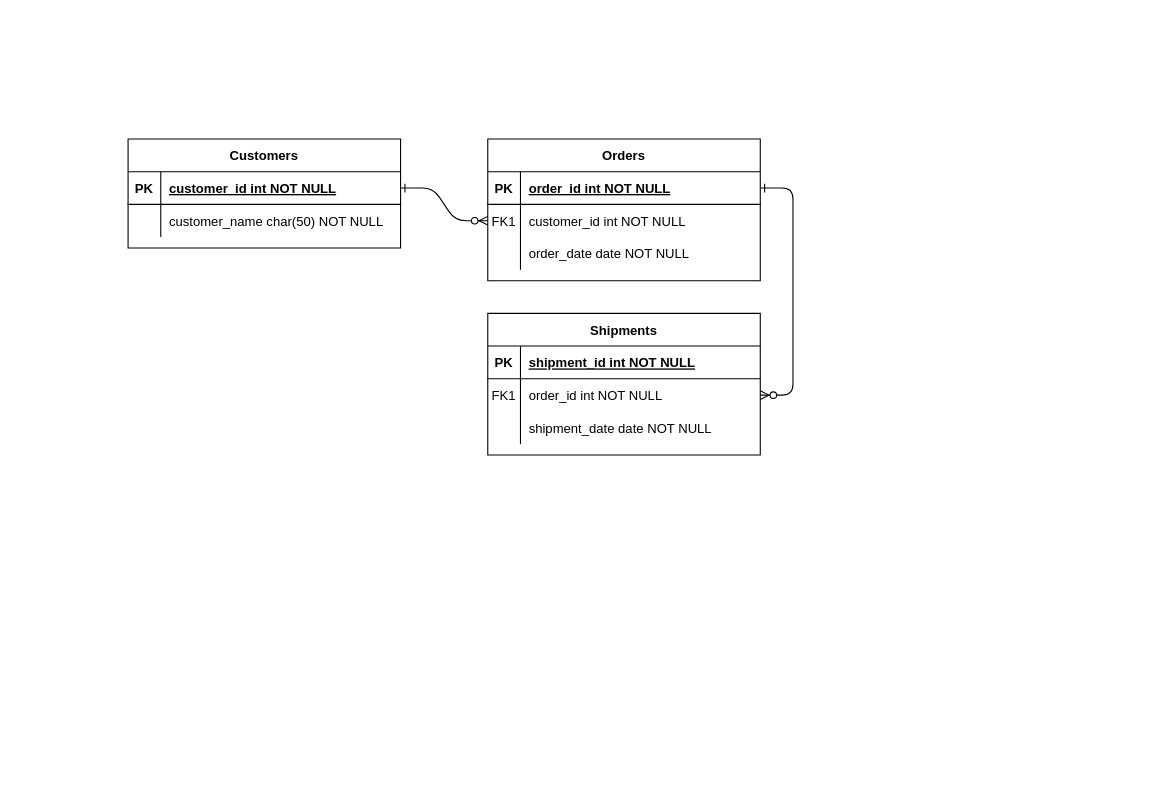
Before: SpringBootFinal.drawio in EcSamuel/Spring-Boot-Final, a draw.io diagram. Source tidied: cells renumbered, new cells numbered last; positions are measured from the earlier drawing's top-left corner, leaving out a move shared by most shapes. Both pictures are drawn from the tidied source at 109%, with x=0, y=0 at pixel (128, 138).
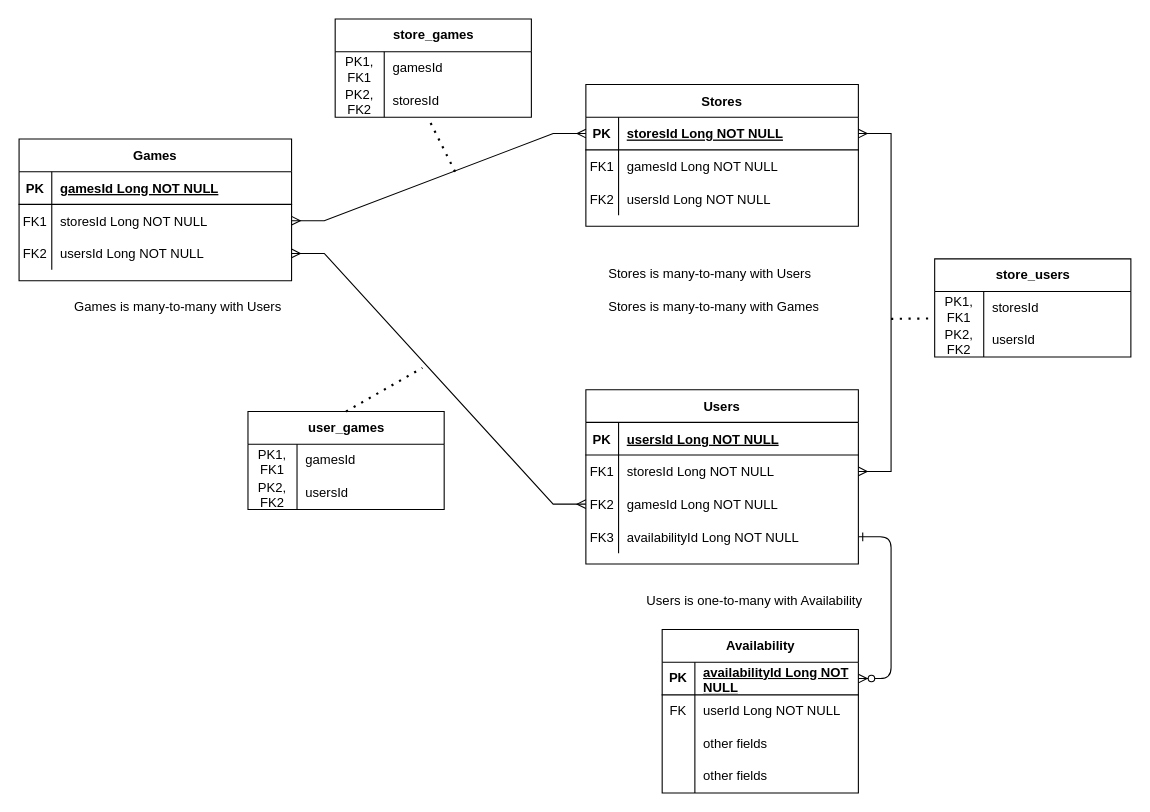
The same diagram, later.

The change refers to these unchanged cells:
```xml
<mxCell id="5" style="shape=partialRectangle;fillColor=none;points=[[0,0.5],[1,0.5]];portConstraint=eastwest;top=0;left=0;right=0;bottom=1;" parent="4" vertex="1">
  <mxGeometry y="30" width="250" height="30" as="geometry" />
</mxCell>
<mxCell id="8" style="shape=partialRectangle;fillColor=none;points=[[0,0.5],[1,0.5]];portConstraint=eastwest;top=0;left=0;right=0;bottom=0;" parent="4" vertex="1">
  <mxGeometry y="60" width="250" height="30" as="geometry" />
</mxCell>
<mxCell id="11" style="shape=partialRectangle;fillColor=none;top=0;left=0;right=0;bottom=0;" parent="4" vertex="1">
  <mxGeometry y="90" width="250" height="30" as="geometry" />
</mxCell>
<mxCell id="15" style="shape=partialRectangle;fillColor=none;top=0;left=0;right=0;bottom=1;" parent="14" vertex="1">
  <mxGeometry y="30" width="250" height="30" as="geometry" />
</mxCell>
<mxCell id="18" style="shape=partialRectangle;fillColor=none;points=[[0,0.5],[1,0.5]];portConstraint=eastwest;top=0;left=0;right=0;bottom=0;" parent="14" vertex="1">
  <mxGeometry y="60" width="250" height="30" as="geometry" />
</mxCell>
<mxCell id="21" style="shape=partialRectangle;fillColor=none;points=[[0,0.5],[1,0.5]];portConstraint=eastwest;top=0;left=0;right=0;bottom=0;" parent="14" vertex="1">
  <mxGeometry y="90" width="250" height="30" as="geometry" />
</mxCell>
<mxCell id="25" style="shape=partialRectangle;fillColor=none;points=[[0,0.5],[1,0.5]];portConstraint=eastwest;top=0;left=0;right=0;bottom=1;" parent="24" vertex="1">
  <mxGeometry y="30" width="250" height="30" as="geometry" />
</mxCell>
<mxCell id="28" style="shape=partialRectangle;fillColor=none;points=[[0,0.5],[1,0.5]];portConstraint=eastwest;top=0;left=0;right=0;bottom=0;" parent="24" vertex="1">
  <mxGeometry y="60" width="250" height="30" as="geometry" />
</mxCell>
```

The edit, as a diff of the source:
```diff
@@
-    <mxCell id="2" style="edgeStyle=entityRelationEdgeStyle;endArrow=ERzeroToMany;startArrow=ERone;endFill=1;startFill=0;" parent="1" edge="1" source="25" target="8">
+    <mxCell id="2" style="edgeStyle=entityRelationEdgeStyle;endArrow=ERzeroToMany;startArrow=ERone;endFill=1;startFill=0;exitX=1;exitY=0.5;exitDx=0;exitDy=0;entryX=1;entryY=0.5;entryDx=0;entryDy=0;" parent="1" edge="1" source="31" target="38">
       <mxGeometry relative="1" as="geometry" />
     </mxCell>
-    <mxCell id="3" style="edgeStyle=entityRelationEdgeStyle;endArrow=ERzeroToMany;startArrow=ERone;endFill=1;startFill=0;" parent="1" edge="1" source="5" target="18">
-      <mxGeometry relative="1" as="geometry" />
-    </mxCell>
-    <mxCell id="4" value="Orders" style="shape=table;startSize=30;childLayout=tableLayout;rowLines=0;fontStyle=1;align=center;" parent="1" vertex="1">
-      <mxGeometry x="330" width="250" height="130" as="geometry" />
+    <mxCell id="4" value="Stores" style="shape=table;startSize=30;childLayout=tableLayout;rowLines=0;fontStyle=1;align=center;" parent="1" vertex="1">
+      <mxGeometry x="420" y="-50" width="250" height="130" as="geometry" />
     </mxCell>
@@
-    <mxCell id="7" value="order_id int NOT NULL " style="shape=partialRectangle;overflow=hidden;fillColor=none;top=0;left=0;bottom=0;right=0;align=left;spacingLeft=6;fontStyle=5;" parent="5" vertex="1">
+    <mxCell id="7" value="storesId Long NOT NULL" style="shape=partialRectangle;overflow=hidden;fillColor=none;top=0;left=0;bottom=0;right=0;align=left;spacingLeft=6;fontStyle=5;" parent="5" vertex="1">
       <mxGeometry x="30" width="220" height="30" as="geometry" />
     </mxCell>
@@
-    <mxCell id="10" value="customer_id int NOT NULL" style="shape=partialRectangle;overflow=hidden;fillColor=none;top=0;left=0;bottom=0;right=0;align=left;spacingLeft=6;" parent="8" vertex="1">
+    <mxCell id="10" value="gamesId Long NOT NULL" style="shape=partialRectangle;overflow=hidden;fillColor=none;top=0;left=0;bottom=0;right=0;align=left;spacingLeft=6;" parent="8" vertex="1">
       <mxGeometry x="30" width="220" height="30" as="geometry" />
     </mxCell>
@@
-    <mxCell id="12" style="shape=partialRectangle;overflow=hidden;fillColor=none;top=0;left=0;bottom=0;right=0;" parent="11" vertex="1">
+    <mxCell id="12" value="FK2" style="shape=partialRectangle;overflow=hidden;fillColor=none;top=0;left=0;bottom=0;right=0;" parent="11" vertex="1">
       <mxGeometry width="30" height="30" as="geometry" />
     </mxCell>
-    <mxCell id="13" value="order_date date NOT NULL" style="shape=partialRectangle;overflow=hidden;fillColor=none;top=0;left=0;bottom=0;right=0;align=left;spacingLeft=6;" parent="11" vertex="1">
+    <mxCell id="13" value="usersId Long NOT NULL" style="shape=partialRectangle;overflow=hidden;fillColor=none;top=0;left=0;bottom=0;right=0;align=left;spacingLeft=6;" parent="11" vertex="1">
       <mxGeometry x="30" width="220" height="30" as="geometry" />
     </mxCell>
-    <mxCell id="14" value="Shipments" style="shape=table;startSize=30;childLayout=tableLayout;rowLines=0;fontStyle=1;align=center;" parent="1" vertex="1">
-      <mxGeometry x="330" y="160" width="250" height="130" as="geometry" />
+    <mxCell id="14" value="Users" style="shape=table;startSize=30;childLayout=tableLayout;rowLines=0;fontStyle=1;align=center;" parent="1" vertex="1">
+      <mxGeometry x="420" y="230" width="250" height="160" as="geometry" />
     </mxCell>
@@
-    <mxCell id="17" value="shipment_id int NOT NULL " style="shape=partialRectangle;overflow=hidden;fillColor=none;top=0;left=0;bottom=0;right=0;align=left;spacingLeft=6;fontStyle=5;" parent="15" vertex="1">
+    <mxCell id="17" value="usersId Long NOT NULL" style="shape=partialRectangle;overflow=hidden;fillColor=none;top=0;left=0;bottom=0;right=0;align=left;spacingLeft=6;fontStyle=5;" parent="15" vertex="1">
       <mxGeometry x="30" width="220" height="30" as="geometry" />
     </mxCell>
@@
-    <mxCell id="20" value="order_id int NOT NULL" style="shape=partialRectangle;overflow=hidden;fillColor=none;top=0;left=0;bottom=0;right=0;align=left;spacingLeft=6;" parent="18" vertex="1">
+    <mxCell id="20" value="storesId Long NOT NULL" style="shape=partialRectangle;overflow=hidden;fillColor=none;top=0;left=0;bottom=0;right=0;align=left;spacingLeft=6;" parent="18" vertex="1">
       <mxGeometry x="30" width="220" height="30" as="geometry" />
     </mxCell>
@@
-    <mxCell id="22" style="shape=partialRectangle;overflow=hidden;fillColor=none;top=0;left=0;bottom=0;right=0;" parent="21" vertex="1">
+    <mxCell id="22" value="FK2" style="shape=partialRectangle;overflow=hidden;fillColor=none;top=0;left=0;bottom=0;right=0;" parent="21" vertex="1">
       <mxGeometry width="30" height="30" as="geometry" />
     </mxCell>
-    <mxCell id="23" value="shipment_date date NOT NULL" style="shape=partialRectangle;overflow=hidden;fillColor=none;top=0;left=0;bottom=0;right=0;align=left;spacingLeft=6;" parent="21" vertex="1">
+    <mxCell id="23" value="gamesId Long NOT NULL" style="shape=partialRectangle;overflow=hidden;fillColor=none;top=0;left=0;bottom=0;right=0;align=left;spacingLeft=6;" parent="21" vertex="1">
       <mxGeometry x="30" width="220" height="30" as="geometry" />
     </mxCell>
+    <mxCell id="31" style="shape=partialRectangle;fillColor=none;points=[[0,0.5],[1,0.5]];portConstraint=eastwest;top=0;left=0;right=0;bottom=0;" parent="14" vertex="1">
+      <mxGeometry y="120" width="250" height="30" as="geometry" />
+    </mxCell>
+    <mxCell id="32" value="FK3" style="shape=partialRectangle;overflow=hidden;fillColor=none;top=0;left=0;bottom=0;right=0;" parent="31" vertex="1">
+      <mxGeometry width="30" height="30" as="geometry" />
+    </mxCell>
+    <mxCell id="33" value="availabilityId Long NOT NULL" style="shape=partialRectangle;overflow=hidden;fillColor=none;top=0;left=0;bottom=0;right=0;align=left;spacingLeft=6;" parent="31" vertex="1">
+      <mxGeometry x="30" width="220" height="30" as="geometry" />
+    </mxCell>
-    <mxCell id="24" value="Customers" style="shape=table;startSize=30;childLayout=tableLayout;rowLines=0;fontStyle=1;align=center;" parent="1" vertex="1">
-      <mxGeometry width="250" height="100" as="geometry" />
+    <mxCell id="24" value="Games" style="shape=table;startSize=30;childLayout=tableLayout;rowLines=0;fontStyle=1;align=center;" parent="1" vertex="1">
+      <mxGeometry x="-100" width="250" height="130" as="geometry" />
     </mxCell>
@@
-    <mxCell id="27" value="customer_id int NOT NULL " style="shape=partialRectangle;overflow=hidden;fillColor=none;top=0;left=0;bottom=0;right=0;align=left;spacingLeft=6;fontStyle=5;" parent="25" vertex="1">
+    <mxCell id="27" value="gamesId Long NOT NULL" style="shape=partialRectangle;overflow=hidden;fillColor=none;top=0;left=0;bottom=0;right=0;align=left;spacingLeft=6;fontStyle=5;" parent="25" vertex="1">
       <mxGeometry x="30" width="220" height="30" as="geometry" />
     </mxCell>
@@
-    <mxCell id="29" style="shape=partialRectangle;overflow=hidden;fillColor=none;top=0;left=0;bottom=0;right=0;" parent="28" vertex="1">
+    <mxCell id="29" value="FK1" style="shape=partialRectangle;overflow=hidden;fillColor=none;top=0;left=0;bottom=0;right=0;" parent="28" vertex="1">
       <mxGeometry width="30" height="30" as="geometry" />
     </mxCell>
-    <mxCell id="30" value="customer_name char(50) NOT NULL" style="shape=partialRectangle;overflow=hidden;fillColor=none;top=0;left=0;bottom=0;right=0;align=left;spacingLeft=6;" parent="28" vertex="1">
+    <mxCell id="30" value="storesId Long NOT NULL" style="shape=partialRectangle;overflow=hidden;fillColor=none;top=0;left=0;bottom=0;right=0;align=left;spacingLeft=6;" parent="28" vertex="1">
       <mxGeometry x="30" width="220" height="30" as="geometry" />
     </mxCell>
+    <mxCell id="34" style="shape=partialRectangle;fillColor=none;points=[[0,0.5],[1,0.5]];portConstraint=eastwest;top=0;left=0;right=0;bottom=0;" parent="24" vertex="1">
+      <mxGeometry y="90" width="250" height="30" as="geometry" />
+    </mxCell>
+    <mxCell id="35" value="FK2" style="shape=partialRectangle;overflow=hidden;fillColor=none;top=0;left=0;bottom=0;right=0;" parent="34" vertex="1">
+      <mxGeometry width="30" height="30" as="geometry" />
+    </mxCell>
+    <mxCell id="36" value="usersId Long NOT NULL" style="shape=partialRectangle;overflow=hidden;fillColor=none;top=0;left=0;bottom=0;right=0;align=left;spacingLeft=6;" parent="34" vertex="1">
+      <mxGeometry x="30" width="220" height="30" as="geometry" />
+    </mxCell>
+    <mxCell id="37" value="Availability" style="shape=table;startSize=30;childLayout=tableLayout;rowLines=0;fontStyle=1;align=center;html=1;" parent="1" vertex="1">
+      <mxGeometry x="490" y="450" width="180" height="150" as="geometry" />
+    </mxCell>
+    <mxCell id="38" style="shape=tableRow;horizontal=0;startSize=0;swimlaneHead=0;swimlaneBody=0;fillColor=none;points=[[0,0.5],[1,0.5]];portConstraint=eastwest;top=0;left=0;right=0;bottom=1;" parent="37" vertex="1">
+      <mxGeometry y="30" width="180" height="30" as="geometry" />
+    </mxCell>
+    <mxCell id="39" value="PK" style="shape=partialRectangle;fillColor=none;top=0;left=0;bottom=0;right=0;fontStyle=1;overflow=hidden;whiteSpace=wrap;html=1;" parent="38" vertex="1">
+      <mxGeometry width="30" height="30" as="geometry" />
+    </mxCell>
+    <mxCell id="40" value="availabilityId Long NOT NULL" style="shape=partialRectangle;fillColor=none;top=0;left=0;bottom=0;right=0;align=left;spacingLeft=6;fontStyle=5;overflow=hidden;whiteSpace=wrap;html=1;" parent="38" vertex="1">
+      <mxGeometry x="30" width="150" height="30" as="geometry" />
+    </mxCell>
+    <mxCell id="41" style="shape=tableRow;horizontal=0;startSize=0;swimlaneHead=0;swimlaneBody=0;fillColor=none;top=0;left=0;right=0;bottom=0;" parent="37" vertex="1">
+      <mxGeometry y="60" width="180" height="30" as="geometry" />
+    </mxCell>
+    <mxCell id="42" value="FK" style="shape=partialRectangle;fillColor=none;top=0;left=0;bottom=0;right=0;overflow=hidden;whiteSpace=wrap;html=1;" parent="41" vertex="1">
+      <mxGeometry width="30" height="30" as="geometry" />
+    </mxCell>
+    <mxCell id="43" value="userId Long NOT NULL" style="shape=partialRectangle;fillColor=none;top=0;left=0;bottom=0;right=0;align=left;spacingLeft=6;overflow=hidden;whiteSpace=wrap;html=1;" parent="41" vertex="1">
+      <mxGeometry x="30" width="150" height="30" as="geometry" />
+    </mxCell>
+    <mxCell id="44" style="shape=tableRow;horizontal=0;startSize=0;swimlaneHead=0;swimlaneBody=0;fillColor=none;top=0;left=0;right=0;bottom=0;" parent="37" vertex="1">
+      <mxGeometry y="90" width="180" height="30" as="geometry" />
+    </mxCell>
+    <mxCell id="45" style="shape=partialRectangle;fillColor=none;top=0;left=0;bottom=0;right=0;overflow=hidden;whiteSpace=wrap;html=1;" parent="44" vertex="1">
+      <mxGeometry width="30" height="30" as="geometry" />
+    </mxCell>
+    <mxCell id="46" value="other fields" style="shape=partialRectangle;fillColor=none;top=0;left=0;bottom=0;right=0;align=left;spacingLeft=6;overflow=hidden;whiteSpace=wrap;html=1;" parent="44" vertex="1">
+      <mxGeometry x="30" width="150" height="30" as="geometry" />
+    </mxCell>
+    <mxCell id="47" style="shape=tableRow;horizontal=0;startSize=0;swimlaneHead=0;swimlaneBody=0;fillColor=none;top=0;left=0;right=0;bottom=0;" parent="37" vertex="1">
+      <mxGeometry y="120" width="180" height="30" as="geometry" />
+    </mxCell>
+    <mxCell id="48" style="shape=partialRectangle;fillColor=none;top=0;left=0;bottom=0;right=0;overflow=hidden;whiteSpace=wrap;html=1;" parent="47" vertex="1">
+      <mxGeometry width="30" height="30" as="geometry" />
+    </mxCell>
+    <mxCell id="49" value="other fields" style="shape=partialRectangle;fillColor=none;top=0;left=0;bottom=0;right=0;align=left;spacingLeft=6;overflow=hidden;whiteSpace=wrap;html=1;" parent="47" vertex="1">
+      <mxGeometry x="30" width="150" height="30" as="geometry" />
+    </mxCell>
+    <mxCell id="50" style="edgeStyle=entityRelationEdgeStyle;fontSize=12;html=1;endArrow=ERmany;startArrow=ERmany;rounded=0;entryX=0;entryY=0.5;entryDx=0;entryDy=0;exitX=1;exitY=0.5;exitDx=0;exitDy=0;" parent="1" edge="1" source="28" target="5">
+      <mxGeometry relative="1" as="geometry" />
+    </mxCell>
+    <mxCell id="51" style="edgeStyle=entityRelationEdgeStyle;fontSize=12;html=1;endArrow=ERmany;startArrow=ERmany;rounded=0;exitX=1;exitY=0.5;exitDx=0;exitDy=0;entryX=0;entryY=0.5;entryDx=0;entryDy=0;" parent="1" edge="1" source="34" target="21">
+      <mxGeometry relative="1" as="geometry" />
+    </mxCell>
+    <mxCell id="52" style="edgeStyle=entityRelationEdgeStyle;fontSize=12;html=1;endArrow=ERmany;startArrow=ERmany;rounded=0;entryX=1;entryY=0.5;entryDx=0;entryDy=0;exitX=1;exitY=0.5;exitDx=0;exitDy=0;" parent="1" edge="1" source="18" target="5">
+      <mxGeometry relative="1" as="geometry">
+        <Array as="points">
+          <mxPoint x="450" y="170" />
+        </Array>
+      </mxGeometry>
+    </mxCell>
+    <mxCell id="53" value="Games is many-to-many with Users" style="text;strokeColor=none;fillColor=none;spacingLeft=4;spacingRight=4;overflow=hidden;fontSize=12;whiteSpace=wrap;html=1;" parent="1" vertex="1">
+      <mxGeometry x="-55" y="140" width="220" height="30" as="geometry" />
+    </mxCell>
+    <mxCell id="54" value="Stores is many-to-many with Users" style="text;strokeColor=none;fillColor=none;spacingLeft=4;spacingRight=4;overflow=hidden;fontSize=12;whiteSpace=wrap;html=1;" parent="1" vertex="1">
+      <mxGeometry x="435" y="110" width="220" height="30" as="geometry" />
+    </mxCell>
+    <mxCell id="55" value="Stores is many-to-many with Games" style="text;strokeColor=none;fillColor=none;spacingLeft=4;spacingRight=4;overflow=hidden;fontSize=12;whiteSpace=wrap;html=1;" parent="1" vertex="1">
+      <mxGeometry x="435" y="140" width="220" height="30" as="geometry" />
+    </mxCell>
+    <mxCell id="56" value="Users is one-to-many with Availability" style="text;strokeColor=none;fillColor=none;spacingLeft=4;spacingRight=4;overflow=hidden;fontSize=12;whiteSpace=wrap;html=1;" parent="1" vertex="1">
+      <mxGeometry x="470" y="410" width="220" height="30" as="geometry" />
+    </mxCell>
+    <mxCell id="57" value="store_games" style="shape=table;startSize=30;childLayout=tableLayout;rowLines=0;fontStyle=1;align=center;html=1;" parent="1" vertex="1">
+      <mxGeometry x="190" y="-110" width="180" height="90" as="geometry" />
+    </mxCell>
+    <mxCell id="58" style="shape=tableRow;horizontal=0;startSize=0;swimlaneHead=0;swimlaneBody=0;fillColor=none;top=0;left=0;right=0;bottom=0;" parent="57" vertex="1">
+      <mxGeometry y="30" width="180" height="30" as="geometry" />
+    </mxCell>
+    <mxCell id="59" value="PK1, FK1" style="shape=partialRectangle;fillColor=none;top=0;left=0;bottom=0;right=0;overflow=hidden;whiteSpace=wrap;html=1;" parent="58" vertex="1">
+      <mxGeometry width="45" height="30" as="geometry" />
+    </mxCell>
+    <mxCell id="60" value="gamesId" style="shape=partialRectangle;fillColor=none;top=0;left=0;bottom=0;right=0;align=left;spacingLeft=6;overflow=hidden;whiteSpace=wrap;html=1;" parent="58" vertex="1">
+      <mxGeometry x="45" width="135" height="30" as="geometry" />
+    </mxCell>
+    <mxCell id="61" style="shape=tableRow;horizontal=0;startSize=0;swimlaneHead=0;swimlaneBody=0;fillColor=none;points=[[0,0.5],[1,0.5]];portConstraint=eastwest;top=0;left=0;right=0;bottom=0;" parent="57" vertex="1">
+      <mxGeometry y="60" width="180" height="30" as="geometry" />
+    </mxCell>
+    <mxCell id="62" value="PK2, FK2" style="shape=partialRectangle;fillColor=none;top=0;left=0;bottom=0;right=0;overflow=hidden;whiteSpace=wrap;html=1;" parent="61" vertex="1">
+      <mxGeometry width="45" height="30" as="geometry" />
+    </mxCell>
+    <mxCell id="63" value="storesId" style="shape=partialRectangle;fillColor=none;top=0;left=0;bottom=0;right=0;align=left;spacingLeft=6;overflow=hidden;whiteSpace=wrap;html=1;" parent="61" vertex="1">
+      <mxGeometry x="45" width="135" height="30" as="geometry" />
+    </mxCell>
+    <mxCell id="64" value="user_games" style="shape=table;startSize=30;childLayout=tableLayout;rowLines=0;fontStyle=1;align=center;html=1;" parent="1" vertex="1">
+      <mxGeometry x="110" y="250" width="180" height="90" as="geometry" />
+    </mxCell>
+    <mxCell id="65" style="shape=tableRow;horizontal=0;startSize=0;swimlaneHead=0;swimlaneBody=0;fillColor=none;top=0;left=0;right=0;bottom=0;" parent="64" vertex="1">
+      <mxGeometry y="30" width="180" height="30" as="geometry" />
+    </mxCell>
+    <mxCell id="66" value="PK1, FK1" style="shape=partialRectangle;fillColor=none;top=0;left=0;bottom=0;right=0;overflow=hidden;whiteSpace=wrap;html=1;" parent="65" vertex="1">
+      <mxGeometry width="45" height="30" as="geometry" />
+    </mxCell>
+    <mxCell id="67" value="gamesId" style="shape=partialRectangle;fillColor=none;top=0;left=0;bottom=0;right=0;align=left;spacingLeft=6;overflow=hidden;whiteSpace=wrap;html=1;" parent="65" vertex="1">
+      <mxGeometry x="45" width="135" height="30" as="geometry" />
+    </mxCell>
+    <mxCell id="68" style="shape=tableRow;horizontal=0;startSize=0;swimlaneHead=0;swimlaneBody=0;fillColor=none;top=0;left=0;right=0;bottom=0;" parent="64" vertex="1">
+      <mxGeometry y="60" width="180" height="30" as="geometry" />
+    </mxCell>
+    <mxCell id="69" value="PK2, FK2" style="shape=partialRectangle;fillColor=none;top=0;left=0;bottom=0;right=0;overflow=hidden;whiteSpace=wrap;html=1;" parent="68" vertex="1">
+      <mxGeometry width="45" height="30" as="geometry" />
+    </mxCell>
+    <mxCell id="70" value="usersId" style="shape=partialRectangle;fillColor=none;top=0;left=0;bottom=0;right=0;align=left;spacingLeft=6;overflow=hidden;whiteSpace=wrap;html=1;" parent="68" vertex="1">
+      <mxGeometry x="45" width="135" height="30" as="geometry" />
+    </mxCell>
+    <mxCell id="71" value="store_users" style="shape=table;startSize=30;childLayout=tableLayout;rowLines=0;fontStyle=1;align=center;html=1;" parent="1" vertex="1">
+      <mxGeometry x="740" y="110" width="180" height="90" as="geometry" />
+    </mxCell>
+    <mxCell id="72" style="shape=tableRow;horizontal=0;startSize=0;swimlaneHead=0;swimlaneBody=0;fillColor=none;points=[[0,0.5],[1,0.5]];portConstraint=eastwest;top=0;left=0;right=0;bottom=0;" parent="71" vertex="1">
+      <mxGeometry y="30" width="180" height="30" as="geometry" />
+    </mxCell>
+    <mxCell id="73" value="PK1, FK1" style="shape=partialRectangle;fillColor=none;top=0;left=0;bottom=0;right=0;overflow=hidden;whiteSpace=wrap;html=1;" parent="72" vertex="1">
+      <mxGeometry width="45" height="30" as="geometry" />
+    </mxCell>
+    <mxCell id="74" value="storesId" style="shape=partialRectangle;fillColor=none;top=0;left=0;bottom=0;right=0;align=left;spacingLeft=6;overflow=hidden;whiteSpace=wrap;html=1;" parent="72" vertex="1">
+      <mxGeometry x="45" width="135" height="30" as="geometry" />
+    </mxCell>
+    <mxCell id="75" style="shape=tableRow;horizontal=0;startSize=0;swimlaneHead=0;swimlaneBody=0;fillColor=none;top=0;left=0;right=0;bottom=0;" parent="71" vertex="1">
+      <mxGeometry y="60" width="180" height="30" as="geometry" />
+    </mxCell>
+    <mxCell id="76" value="PK2, FK2" style="shape=partialRectangle;fillColor=none;top=0;left=0;bottom=0;right=0;overflow=hidden;whiteSpace=wrap;html=1;" parent="75" vertex="1">
+      <mxGeometry width="45" height="30" as="geometry" />
+    </mxCell>
+    <mxCell id="77" value="usersId" style="shape=partialRectangle;fillColor=none;top=0;left=0;bottom=0;right=0;align=left;spacingLeft=6;overflow=hidden;whiteSpace=wrap;html=1;" parent="75" vertex="1">
+      <mxGeometry x="45" width="135" height="30" as="geometry" />
+    </mxCell>
+    <mxCell id="78" style="endArrow=none;dashed=1;html=1;dashPattern=1 3;strokeWidth=2;rounded=0;entryX=0.481;entryY=1.111;entryDx=0;entryDy=0;entryPerimeter=0;" parent="1" edge="1" target="61">
+      <mxGeometry relative="1" as="geometry">
+        <mxPoint x="300" y="30" as="sourcePoint" />
+      </mxGeometry>
+    </mxCell>
+    <mxCell id="79" style="endArrow=none;dashed=1;html=1;dashPattern=1 3;strokeWidth=2;rounded=0;exitX=0.5;exitY=0;exitDx=0;exitDy=0;" parent="1" edge="1" source="64">
+      <mxGeometry relative="1" as="geometry">
+        <mxPoint x="270" y="210" as="targetPoint" />
+      </mxGeometry>
+    </mxCell>
+    <mxCell id="80" style="endArrow=none;dashed=1;html=1;dashPattern=1 3;strokeWidth=2;rounded=0;entryX=-0.026;entryY=0.822;entryDx=0;entryDy=0;entryPerimeter=0;" parent="1" edge="1" target="72">
+      <mxGeometry relative="1" as="geometry">
+        <mxPoint x="700" y="165" as="sourcePoint" />
+      </mxGeometry>
+    </mxCell>
```
